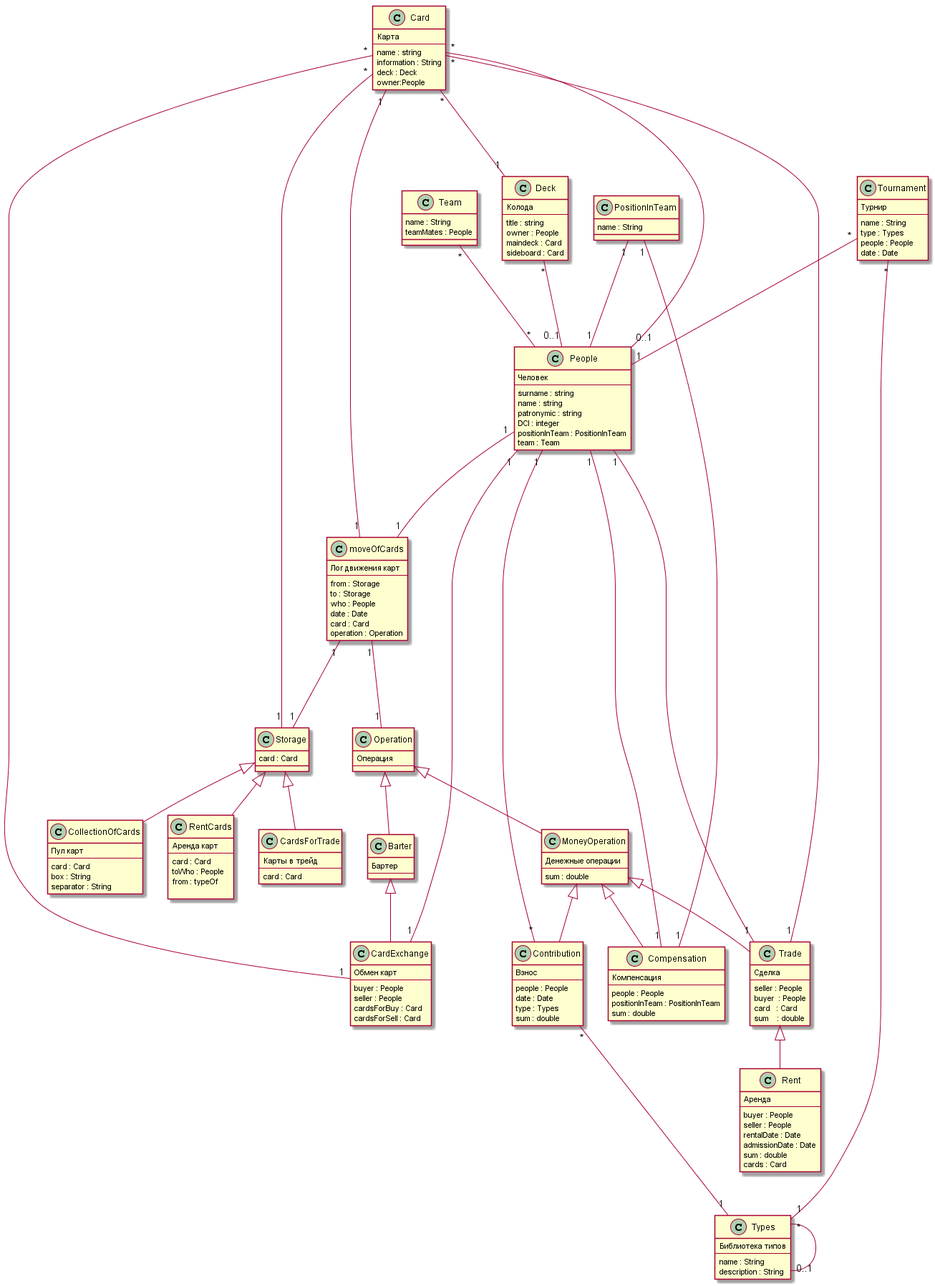
The PlantUML diagram _modelling/registrationOfCardsMagic.png in voindozor2/regCardsMagic, before a commit.
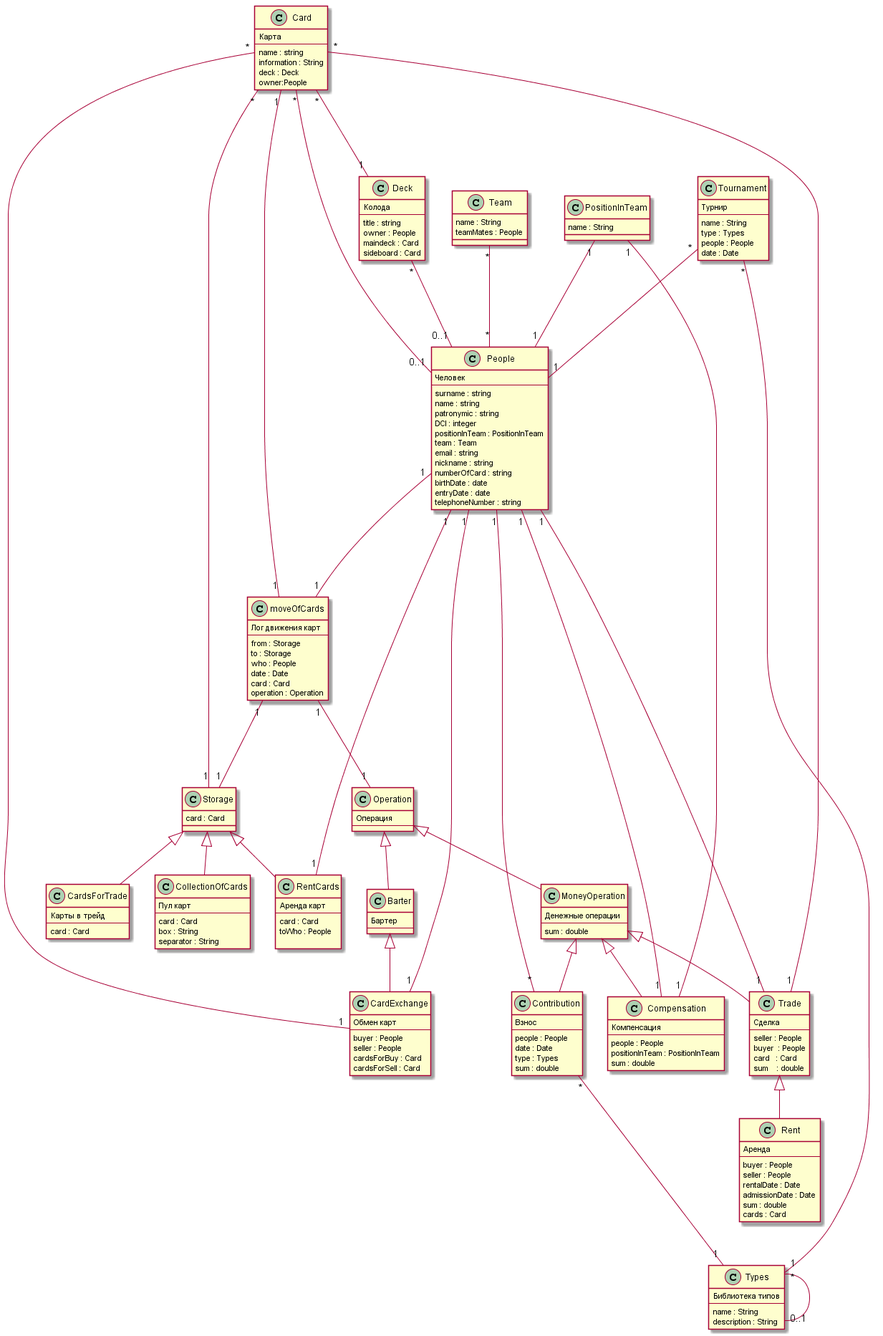
The same file after the commit.

What changed in the source:
```diff
@@ -9,6 +9,12 @@
 DCI : integer
 positionInTeam : PositionInTeam
 team : Team
+email : string
+nickname : string
+numberOfCard : string
+birthDate : date
+entryDate : date
+telephoneNumber : string
 }
 
 class Deck{
@@ -58,7 +64,6 @@
     --
     card : Card
     toWho : People
-    from : typeOf
 
 }
 
@@ -175,7 +180,7 @@
 People "1" ---"1" Trade
 People "1" --- "1" Compensation
 People "1" --- "1" moveOfCards
-
+People "1" --- "1" RentCards
 
 PositionInTeam "1" --- "1" People
 PositionInTeam "1" --- "1" Compensation
```
